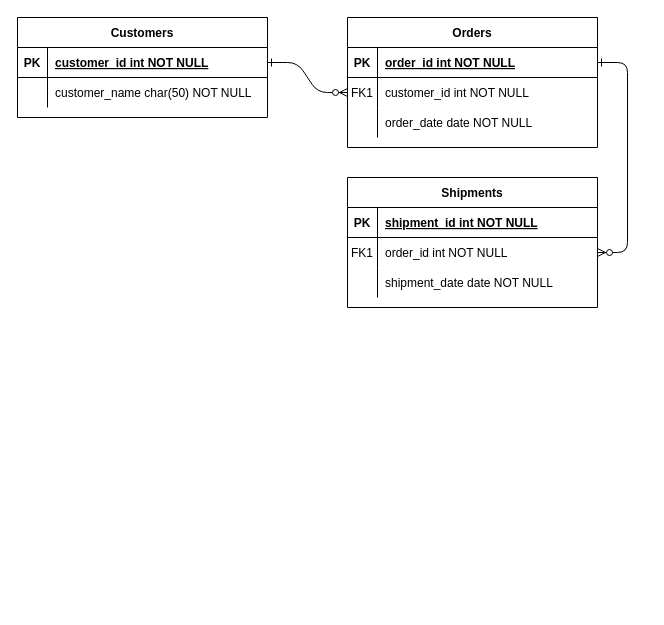
Before: Untitled Diagram.drawio in deborahadebiyi/Makersbnb, a draw.io diagram. Source tidied: cells renumbered, new cells numbered last; positions are measured from the earlier drawing's top-left corner, leaving out a move shared by most shapes. Both pictures are drawn from the tidied source at 100%, with x=0, y=0 at pixel (17, 17).
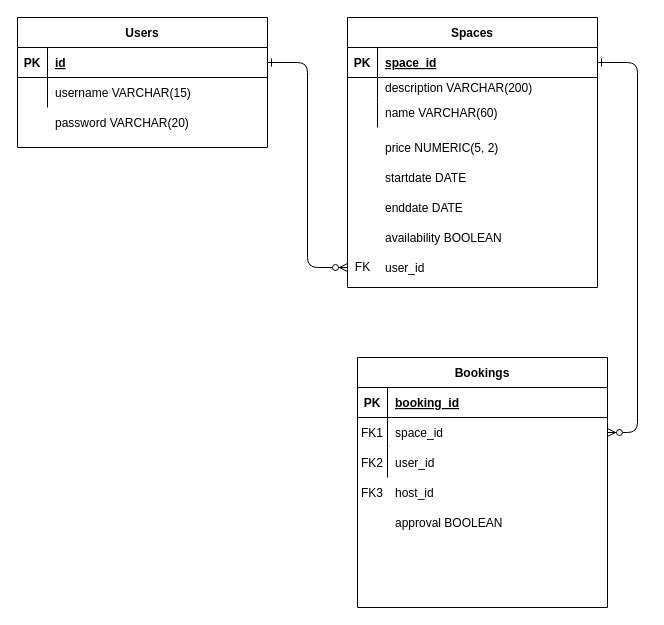
After the change.

Unchanged cells that the change refers to:
```xml
<mxCell id="5" style="shape=partialRectangle;fillColor=none;points=[[0,0.5],[1,0.5]];portConstraint=eastwest;top=0;left=0;right=0;bottom=1;" parent="4" vertex="1">
  <mxGeometry y="30" width="250" height="30" as="geometry" />
</mxCell>
<mxCell id="15" style="shape=partialRectangle;fillColor=none;top=0;left=0;right=0;bottom=1;" parent="14" vertex="1">
  <mxGeometry y="30" width="250" height="30" as="geometry" />
</mxCell>
<mxCell id="18" style="shape=partialRectangle;fillColor=none;points=[[0,0.5],[1,0.5]];portConstraint=eastwest;top=0;left=0;right=0;bottom=0;" parent="14" vertex="1">
  <mxGeometry y="60" width="250" height="30" as="geometry" />
</mxCell>
<mxCell id="21" style="shape=partialRectangle;fillColor=none;top=0;left=0;right=0;bottom=0;" parent="14" vertex="1">
  <mxGeometry y="90" width="250" height="30" as="geometry" />
</mxCell>
<mxCell id="25" style="shape=partialRectangle;fillColor=none;points=[[0,0.5],[1,0.5]];portConstraint=eastwest;top=0;left=0;right=0;bottom=1;" parent="24" vertex="1">
  <mxGeometry y="30" width="250" height="30" as="geometry" />
</mxCell>
<mxCell id="28" style="shape=partialRectangle;fillColor=none;top=0;left=0;right=0;bottom=0;" parent="24" vertex="1">
  <mxGeometry y="60" width="250" height="30" as="geometry" />
</mxCell>
```

Change to the diagram source:
```diff
@@
-    <mxCell id="2" style="edgeStyle=entityRelationEdgeStyle;endArrow=ERzeroToMany;startArrow=ERone;endFill=1;startFill=0;" parent="1" edge="1" source="25" target="8">
-      <mxGeometry relative="1" as="geometry" />
+    <mxCell id="2" style="edgeStyle=orthogonalEdgeStyle;endArrow=ERzeroToMany;startArrow=ERone;endFill=1;startFill=0;entryX=0;entryY=0.5;entryDx=0;entryDy=0;entryPerimeter=0;" parent="1" edge="1" source="25" target="39">
+      <mxGeometry relative="1" as="geometry">
+        <Array as="points">
+          <mxPoint x="290" y="45" />
+          <mxPoint x="290" y="250" />
+        </Array>
+      </mxGeometry>
     </mxCell>
@@
-    <mxCell id="4" value="Orders" style="shape=table;startSize=30;childLayout=tableLayout;rowLines=0;fontStyle=1;align=center;" parent="1" vertex="1">
-      <mxGeometry x="330" width="250" height="130" as="geometry" />
+    <mxCell id="4" value="Spaces" style="shape=table;startSize=30;childLayout=tableLayout;rowLines=0;fontStyle=1;align=center;" parent="1" vertex="1">
+      <mxGeometry x="330" width="250" height="270" as="geometry" />
     </mxCell>
@@
-    <mxCell id="7" value="order_id int NOT NULL " style="shape=partialRectangle;overflow=hidden;fillColor=none;top=0;left=0;bottom=0;right=0;align=left;spacingLeft=6;fontStyle=5;" parent="5" vertex="1">
+    <mxCell id="7" value="space_id" style="shape=partialRectangle;overflow=hidden;fillColor=none;top=0;left=0;bottom=0;right=0;align=left;spacingLeft=6;fontStyle=5;" parent="5" vertex="1">
       <mxGeometry x="30" width="220" height="30" as="geometry" />
     </mxCell>
+    <mxCell id="11" style="shape=partialRectangle;fillColor=none;top=0;left=0;right=0;bottom=0;" parent="4" vertex="1">
+      <mxGeometry y="60" width="250" height="20" as="geometry" />
+    </mxCell>
+    <mxCell id="12" style="shape=partialRectangle;overflow=hidden;fillColor=none;top=0;left=0;bottom=0;right=0;" parent="11" vertex="1">
+      <mxGeometry width="30" height="20" as="geometry" />
+    </mxCell>
+    <mxCell id="13" value="description VARCHAR(200)" style="shape=partialRectangle;overflow=hidden;fillColor=none;top=0;left=0;bottom=0;right=0;align=left;spacingLeft=6;" parent="11" vertex="1">
+      <mxGeometry x="30" width="220" height="20" as="geometry" />
+    </mxCell>
     <mxCell id="8" style="shape=partialRectangle;fillColor=none;points=[[0,0.5],[1,0.5]];portConstraint=eastwest;top=0;left=0;right=0;bottom=0;" parent="4" vertex="1">
-      <mxGeometry y="60" width="250" height="30" as="geometry" />
+      <mxGeometry y="80" width="250" height="30" as="geometry" />
     </mxCell>
-    <mxCell id="9" value="FK1" style="shape=partialRectangle;overflow=hidden;fillColor=none;top=0;left=0;bottom=0;right=0;" parent="8" vertex="1">
+    <mxCell id="9" style="shape=partialRectangle;overflow=hidden;fillColor=none;top=0;left=0;bottom=0;right=0;" parent="8" vertex="1">
       <mxGeometry width="30" height="30" as="geometry" />
     </mxCell>
-    <mxCell id="10" value="customer_id int NOT NULL" style="shape=partialRectangle;overflow=hidden;fillColor=none;top=0;left=0;bottom=0;right=0;align=left;spacingLeft=6;" parent="8" vertex="1">
+    <mxCell id="10" value="name VARCHAR(60)" style="shape=partialRectangle;overflow=hidden;fillColor=none;top=0;left=0;bottom=0;right=0;align=left;spacingLeft=6;" parent="8" vertex="1">
       <mxGeometry x="30" width="220" height="30" as="geometry" />
     </mxCell>
-    <mxCell id="11" style="shape=partialRectangle;fillColor=none;top=0;left=0;right=0;bottom=0;" parent="4" vertex="1">
-      <mxGeometry y="90" width="250" height="30" as="geometry" />
-    </mxCell>
-    <mxCell id="12" style="shape=partialRectangle;overflow=hidden;fillColor=none;top=0;left=0;bottom=0;right=0;" parent="11" vertex="1">
-      <mxGeometry width="30" height="30" as="geometry" />
-    </mxCell>
-    <mxCell id="13" value="order_date date NOT NULL" style="shape=partialRectangle;overflow=hidden;fillColor=none;top=0;left=0;bottom=0;right=0;align=left;spacingLeft=6;" parent="11" vertex="1">
-      <mxGeometry x="30" width="220" height="30" as="geometry" />
-    </mxCell>
-    <mxCell id="14" value="Shipments" style="shape=table;startSize=30;childLayout=tableLayout;rowLines=0;fontStyle=1;align=center;" parent="1" vertex="1">
-      <mxGeometry x="330" y="160" width="250" height="130" as="geometry" />
+    <mxCell id="14" value="Bookings" style="shape=table;startSize=30;childLayout=tableLayout;rowLines=0;fontStyle=1;align=center;" parent="1" vertex="1">
+      <mxGeometry x="340" y="340" width="250" height="250" as="geometry" />
     </mxCell>
@@
-    <mxCell id="17" value="shipment_id int NOT NULL " style="shape=partialRectangle;overflow=hidden;fillColor=none;top=0;left=0;bottom=0;right=0;align=left;spacingLeft=6;fontStyle=5;" parent="15" vertex="1">
+    <mxCell id="17" value="booking_id" style="shape=partialRectangle;overflow=hidden;fillColor=none;top=0;left=0;bottom=0;right=0;align=left;spacingLeft=6;fontStyle=5;" parent="15" vertex="1">
       <mxGeometry x="30" width="220" height="30" as="geometry" />
     </mxCell>
@@
-    <mxCell id="20" value="order_id int NOT NULL" style="shape=partialRectangle;overflow=hidden;fillColor=none;top=0;left=0;bottom=0;right=0;align=left;spacingLeft=6;" parent="18" vertex="1">
+    <mxCell id="20" value="space_id" style="shape=partialRectangle;overflow=hidden;fillColor=none;top=0;left=0;bottom=0;right=0;align=left;spacingLeft=6;" parent="18" vertex="1">
       <mxGeometry x="30" width="220" height="30" as="geometry" />
     </mxCell>
@@
-    <mxCell id="23" value="shipment_date date NOT NULL" style="shape=partialRectangle;overflow=hidden;fillColor=none;top=0;left=0;bottom=0;right=0;align=left;spacingLeft=6;" parent="21" vertex="1">
+    <mxCell id="23" value="user_id" style="shape=partialRectangle;overflow=hidden;fillColor=none;top=0;left=0;bottom=0;right=0;align=left;spacingLeft=6;" parent="21" vertex="1">
       <mxGeometry x="30" width="220" height="30" as="geometry" />
     </mxCell>
-    <mxCell id="24" value="Customers" style="shape=table;startSize=30;childLayout=tableLayout;rowLines=0;fontStyle=1;align=center;" parent="1" vertex="1">
-      <mxGeometry width="250" height="100" as="geometry" />
+    <mxCell id="24" value="Users" style="shape=table;startSize=30;childLayout=tableLayout;rowLines=0;fontStyle=1;align=center;" parent="1" vertex="1">
+      <mxGeometry width="250" height="130" as="geometry" />
     </mxCell>
@@
-    <mxCell id="27" value="customer_id int NOT NULL " style="shape=partialRectangle;overflow=hidden;fillColor=none;top=0;left=0;bottom=0;right=0;align=left;spacingLeft=6;fontStyle=5;" parent="25" vertex="1">
+    <mxCell id="27" value="id" style="shape=partialRectangle;overflow=hidden;fillColor=none;top=0;left=0;bottom=0;right=0;align=left;spacingLeft=6;fontStyle=5;" parent="25" vertex="1">
       <mxGeometry x="30" width="220" height="30" as="geometry" />
     </mxCell>
@@
-    <mxCell id="30" value="customer_name char(50) NOT NULL" style="shape=partialRectangle;overflow=hidden;fillColor=none;top=0;left=0;bottom=0;right=0;align=left;spacingLeft=6;" parent="28" vertex="1">
+    <mxCell id="30" value="username VARCHAR(15)" style="shape=partialRectangle;overflow=hidden;fillColor=none;top=0;left=0;bottom=0;right=0;align=left;spacingLeft=6;" parent="28" vertex="1">
       <mxGeometry x="30" width="220" height="30" as="geometry" />
     </mxCell>
+    <mxCell id="31" style="shape=partialRectangle;fillColor=none;top=0;left=0;right=0;bottom=0;" parent="1" vertex="1">
+      <mxGeometry y="90" width="250" height="30" as="geometry" />
+    </mxCell>
+    <mxCell id="32" style="shape=partialRectangle;overflow=hidden;fillColor=none;top=0;left=0;bottom=0;right=0;" parent="31" vertex="1">
+      <mxGeometry width="30" height="30" as="geometry" />
+    </mxCell>
+    <mxCell id="33" value="password VARCHAR(20)" style="shape=partialRectangle;overflow=hidden;fillColor=none;top=0;left=0;bottom=0;right=0;align=left;spacingLeft=6;" parent="31" vertex="1">
+      <mxGeometry x="30" width="220" height="30" as="geometry" />
+    </mxCell>
+    <mxCell id="34" value="price NUMERIC(5, 2)" style="shape=partialRectangle;overflow=hidden;fillColor=none;top=0;left=0;bottom=0;right=0;align=left;spacingLeft=6;" parent="1" vertex="1">
+      <mxGeometry x="360" y="120" width="220" height="20" as="geometry" />
+    </mxCell>
+    <mxCell id="35" value="startdate DATE" style="shape=partialRectangle;overflow=hidden;fillColor=none;top=0;left=0;bottom=0;right=0;align=left;spacingLeft=6;" parent="1" vertex="1">
+      <mxGeometry x="360" y="150" width="220" height="20" as="geometry" />
+    </mxCell>
+    <mxCell id="36" value="enddate DATE" style="shape=partialRectangle;overflow=hidden;fillColor=none;top=0;left=0;bottom=0;right=0;align=left;spacingLeft=6;" parent="1" vertex="1">
+      <mxGeometry x="360" y="180" width="220" height="20" as="geometry" />
+    </mxCell>
+    <mxCell id="37" value="availability BOOLEAN" style="shape=partialRectangle;overflow=hidden;fillColor=none;top=0;left=0;bottom=0;right=0;align=left;spacingLeft=6;" parent="1" vertex="1">
+      <mxGeometry x="360" y="210" width="220" height="20" as="geometry" />
+    </mxCell>
+    <mxCell id="38" value="user_id" style="shape=partialRectangle;overflow=hidden;fillColor=none;top=0;left=0;bottom=0;right=0;align=left;spacingLeft=6;" parent="1" vertex="1">
+      <mxGeometry x="360" y="240" width="220" height="20" as="geometry" />
+    </mxCell>
+    <mxCell id="39" value="FK" style="text;html=1;align=center;verticalAlign=middle;points=[];" parent="1" vertex="1">
+      <mxGeometry x="330" y="240" width="30" height="20" as="geometry" />
+    </mxCell>
+    <mxCell id="40" value="host_id" style="shape=partialRectangle;overflow=hidden;fillColor=none;top=0;left=0;bottom=0;right=0;align=left;spacingLeft=6;" parent="1" vertex="1">
+      <mxGeometry x="370" y="460" width="220" height="30" as="geometry" />
+    </mxCell>
+    <mxCell id="41" value="approval BOOLEAN" style="shape=partialRectangle;overflow=hidden;fillColor=none;top=0;left=0;bottom=0;right=0;align=left;spacingLeft=6;" parent="1" vertex="1">
+      <mxGeometry x="370" y="490" width="220" height="30" as="geometry" />
+    </mxCell>
+    <mxCell id="42" value="FK2" style="shape=partialRectangle;overflow=hidden;fillColor=none;top=0;left=0;bottom=0;right=0;" parent="1" vertex="1">
+      <mxGeometry x="340" y="430" width="30" height="30" as="geometry" />
+    </mxCell>
+    <mxCell id="43" value="FK3" style="shape=partialRectangle;overflow=hidden;fillColor=none;top=0;left=0;bottom=0;right=0;" parent="1" vertex="1">
+      <mxGeometry x="340" y="460" width="30" height="30" as="geometry" />
+    </mxCell>
```
